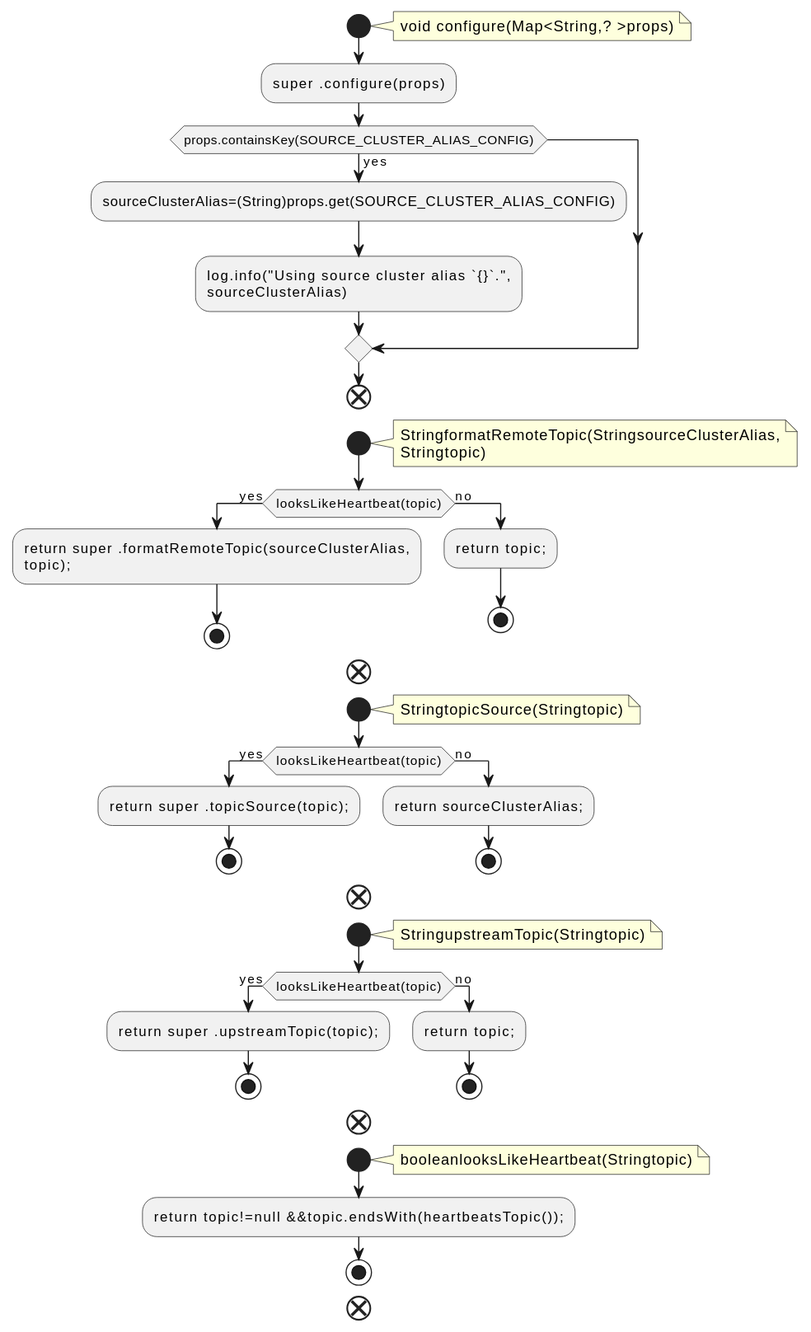
Before: docs/qc/connect/mirror-client/src/main/java/org/apache/kafka/connect/mirror/IdentityReplicationPolicy.java.fct.svg, a diagram exported from PlantUML (qualitesys/kafka).
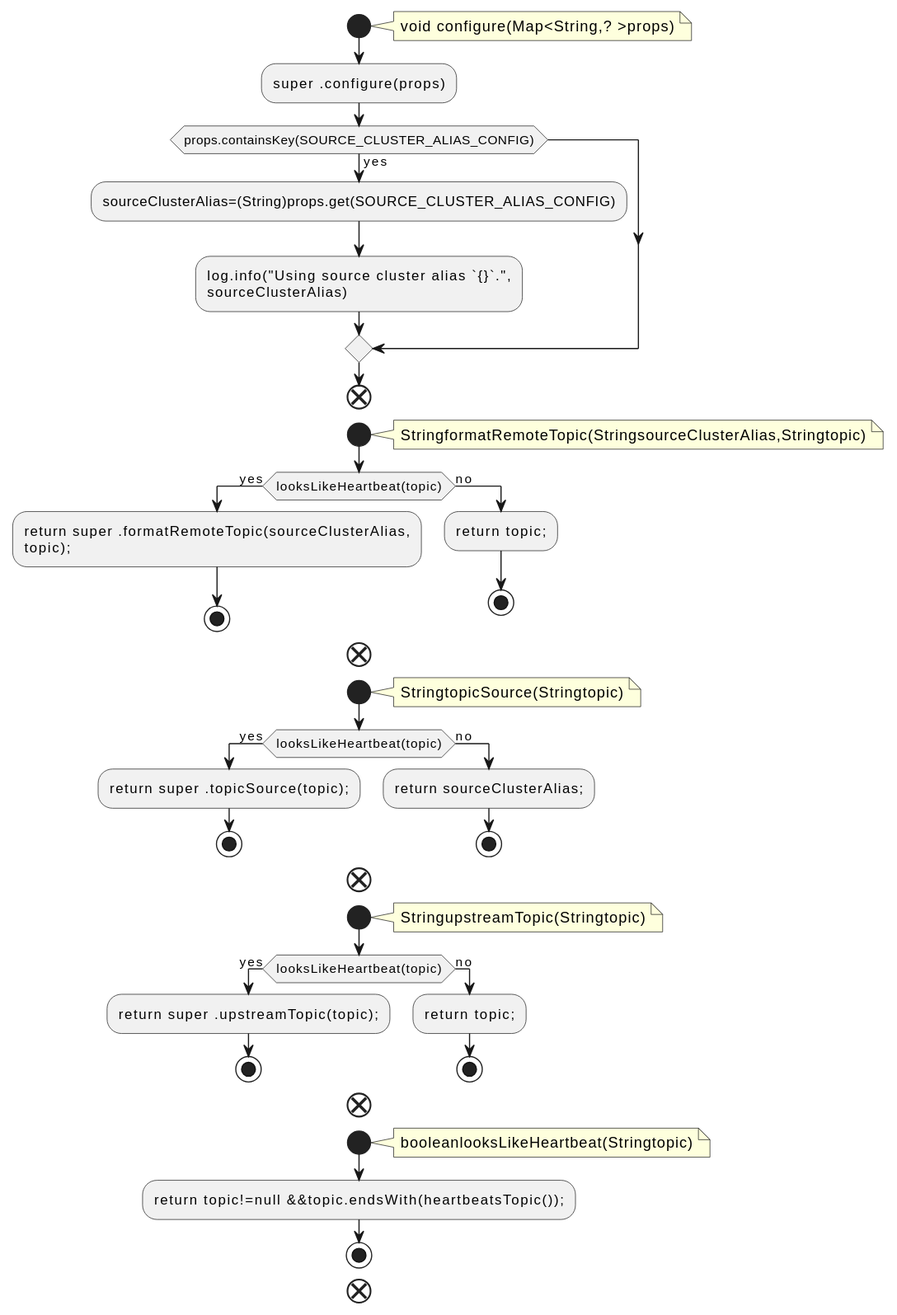
After the change.

What changed in the source:
```diff
@@ -13,8 +13,7 @@
 end
 start
 note right
-StringformatRemoteTopic(StringsourceClusterAlias,
-Stringtopic)
+StringformatRemoteTopic(StringsourceClusterAlias,Stringtopic)
 end note
 if (looksLikeHeartbeat(topic)) then (yes)
 :return super .formatRemoteTopic(sourceClusterAlias,
```
